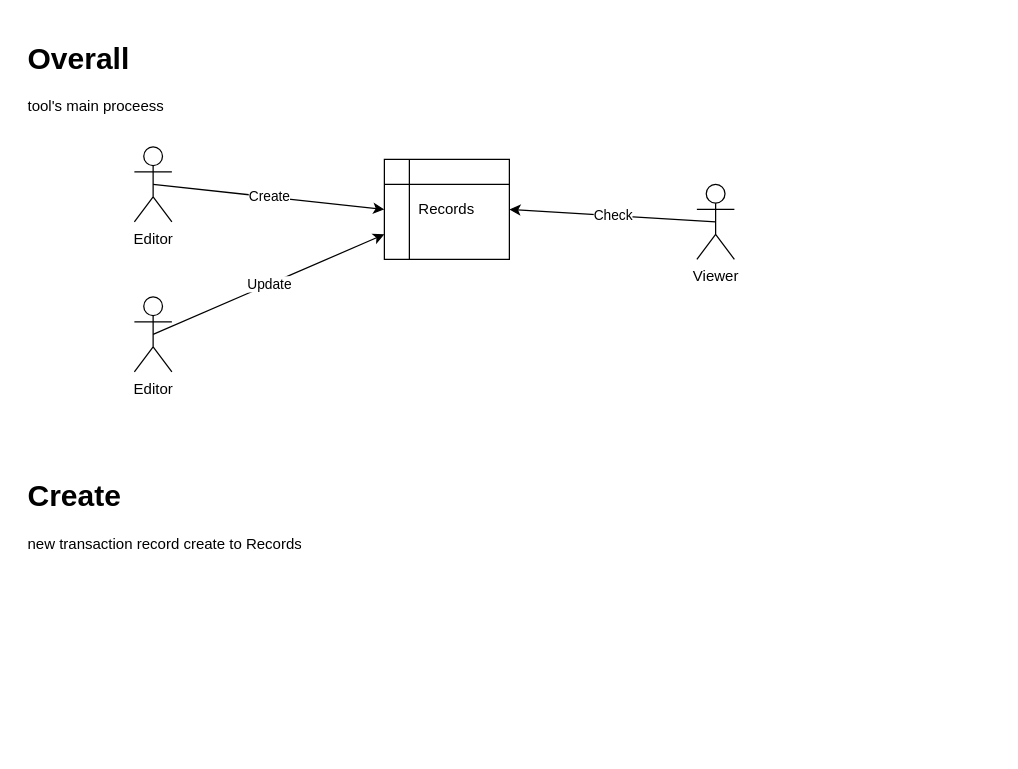
Before: cashtool/cash-businessflow.drawio in kayaru28/drawio, a draw.io diagram. Source tidied: cells renumbered, new cells numbered last; positions are measured from the earlier drawing's top-left corner, leaving out a move shared by most shapes. Both pictures are drawn from the tidied source at 125%, with x=0, y=0 at pixel (21, 34).
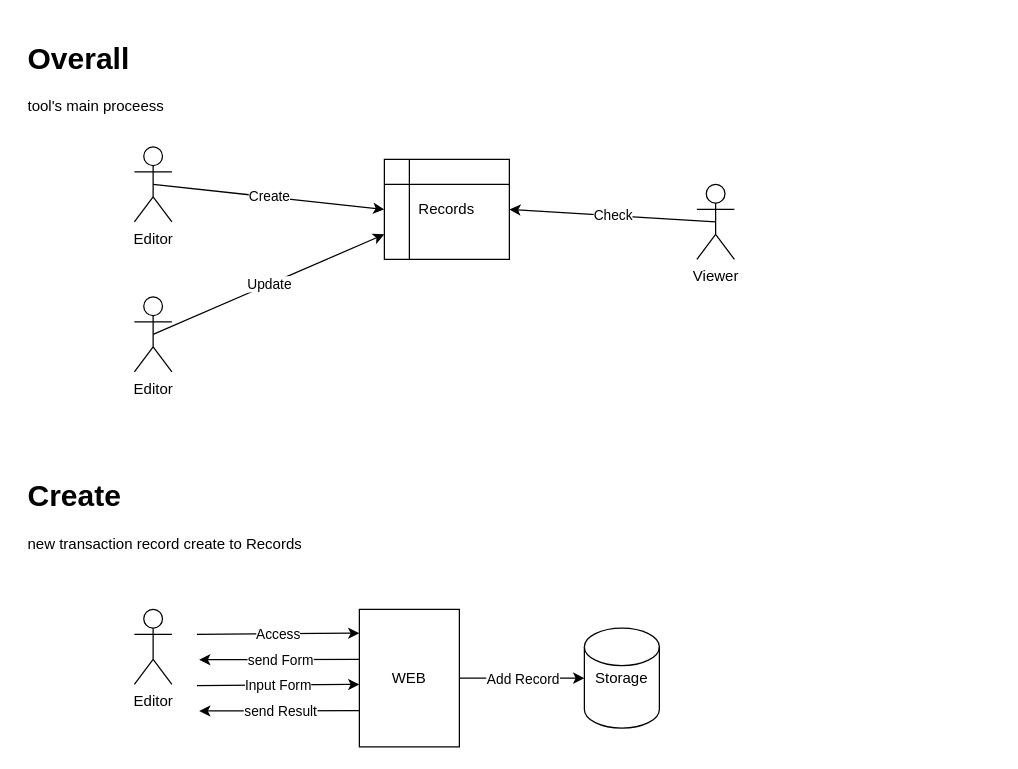
The same page after the edit.

Commit message (it also covers changes not shown here):
cash-businessflow.drawio を更新します

Diff of the diagram source:
```diff
@@
+    <mxCell id="14" value="Editor" style="shape=umlActor;verticalLabelPosition=bottom;verticalAlign=top;html=1;align=center;" parent="1" vertex="1">
+      <mxGeometry x="90" y="460" width="30" height="60" as="geometry" />
+    </mxCell>
+    <mxCell id="15" value="WEB" style="whiteSpace=wrap;html=1;align=center;" parent="1" vertex="1">
+      <mxGeometry x="270" y="460" width="80" height="110" as="geometry" />
+    </mxCell>
+    <mxCell id="16" style="group;" parent="1" vertex="1">
+      <mxGeometry x="140" y="479" width="130" height="21.3" as="geometry" />
+    </mxCell>
+    <mxCell id="17" style="endArrow=classic;html=1;" parent="16" edge="1">
+      <mxGeometry relative="1" as="geometry">
+        <mxPoint y="1" as="sourcePoint" />
+        <mxPoint x="130" as="targetPoint" />
+      </mxGeometry>
+    </mxCell>
+    <mxCell id="18" value="Access" style="edgeLabel;html=1;align=center;verticalAlign=middle;" parent="17" vertex="1">
+      <mxGeometry relative="1" as="geometry" />
+    </mxCell>
+    <mxCell id="19" style="endArrow=classic;html=1;exitX=-0.023;exitY=0.206;exitDx=0;exitDy=0;exitPerimeter=0;entryX=-0.023;entryY=0.206;entryDx=0;entryDy=0;entryPerimeter=0;" parent="16" edge="1">
+      <mxGeometry relative="1" as="geometry">
+        <mxPoint x="130" y="21" as="sourcePoint" />
+        <mxPoint x="1.8" y="21.3" as="targetPoint" />
+      </mxGeometry>
+    </mxCell>
+    <mxCell id="20" value="send Form" style="edgeLabel;html=1;align=center;verticalAlign=middle;" parent="19" vertex="1">
+      <mxGeometry relative="1" as="geometry" />
+    </mxCell>
+    <mxCell id="21" style="group;" parent="1" vertex="1">
+      <mxGeometry x="140" y="520" width="130" height="21.3" as="geometry" />
+    </mxCell>
+    <mxCell id="22" style="endArrow=classic;html=1;" parent="21" edge="1">
+      <mxGeometry relative="1" as="geometry">
+        <mxPoint y="1" as="sourcePoint" />
+        <mxPoint x="130" as="targetPoint" />
+      </mxGeometry>
+    </mxCell>
+    <mxCell id="23" value="Input Form" style="edgeLabel;html=1;align=center;verticalAlign=middle;" parent="22" vertex="1">
+      <mxGeometry relative="1" as="geometry" />
+    </mxCell>
+    <mxCell id="24" style="endArrow=classic;html=1;exitX=-0.023;exitY=0.206;exitDx=0;exitDy=0;exitPerimeter=0;entryX=-0.023;entryY=0.206;entryDx=0;entryDy=0;entryPerimeter=0;" parent="21" edge="1">
+      <mxGeometry relative="1" as="geometry">
+        <mxPoint x="130" y="21" as="sourcePoint" />
+        <mxPoint x="1.8" y="21.3" as="targetPoint" />
+      </mxGeometry>
+    </mxCell>
+    <mxCell id="25" value="send Result" style="edgeLabel;html=1;align=center;verticalAlign=middle;" parent="24" vertex="1">
+      <mxGeometry relative="1" as="geometry" />
+    </mxCell>
+    <mxCell id="26" value="Storage" style="shape=cylinder2;whiteSpace=wrap;html=1;boundedLbl=1;backgroundOutline=1;size=15;align=center;" parent="1" vertex="1">
+      <mxGeometry x="450" y="475" width="60" height="80" as="geometry" />
+    </mxCell>
+    <mxCell id="27" style="endArrow=classic;html=1;exitX=1;exitY=0.5;exitDx=0;exitDy=0;entryX=0;entryY=0.5;entryDx=0;entryDy=0;entryPerimeter=0;" parent="1" edge="1" source="15" target="26">
+      <mxGeometry relative="1" as="geometry" />
+    </mxCell>
+    <mxCell id="28" value="Add Record" style="edgeLabel;html=1;align=center;verticalAlign=middle;" parent="27" vertex="1">
+      <mxGeometry relative="1" as="geometry" />
+    </mxCell>
```
